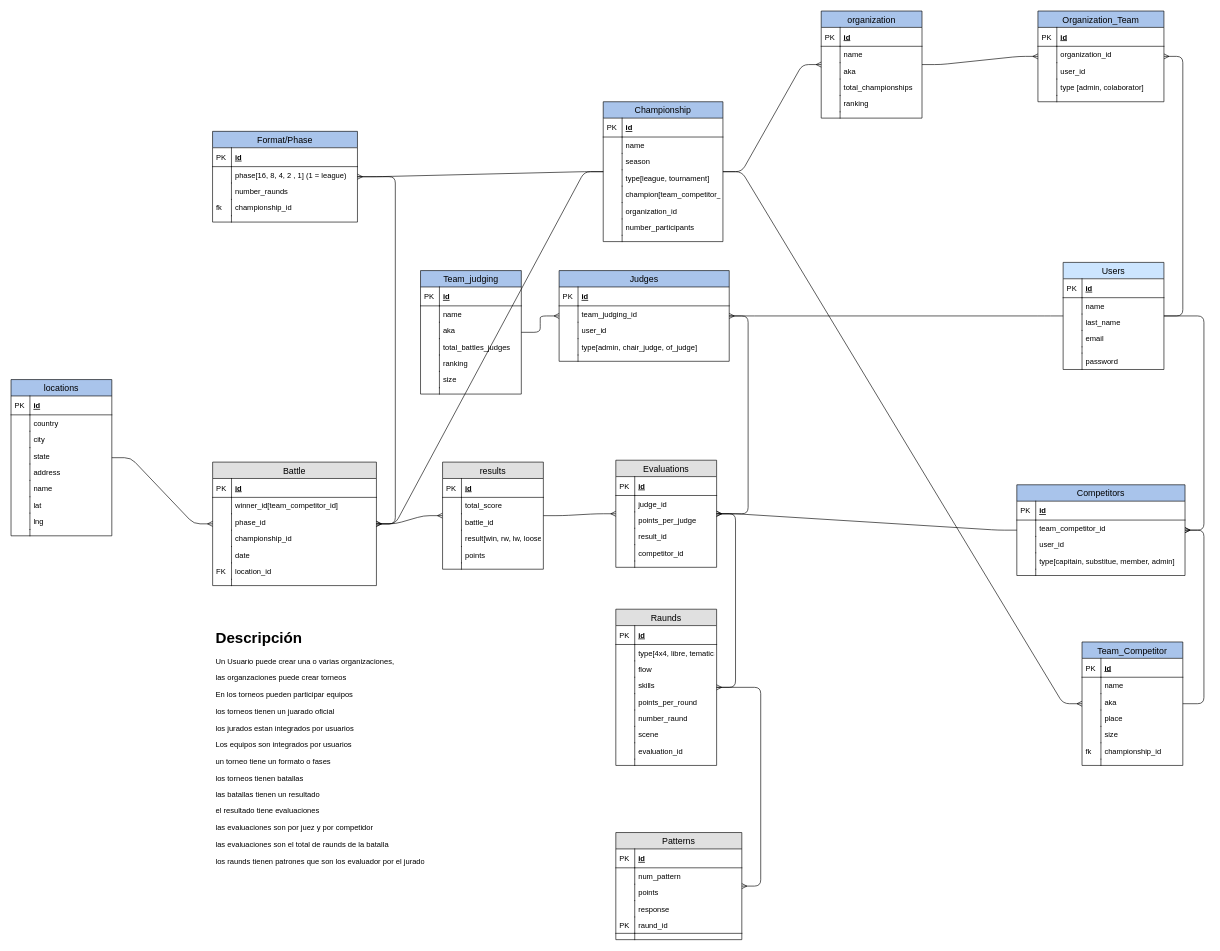
This is Untitled Diagram.drawio from Isidro-hernndez/Texto1, a draw.io file, before an edit. Source tidied: cells renumbered, new cells numbered last; positions are measured from the earlier drawing's top-left corner, leaving out a move shared by most shapes. Both pictures are drawn from the tidied source at 63%, with x=0, y=0 at pixel (11, 11).
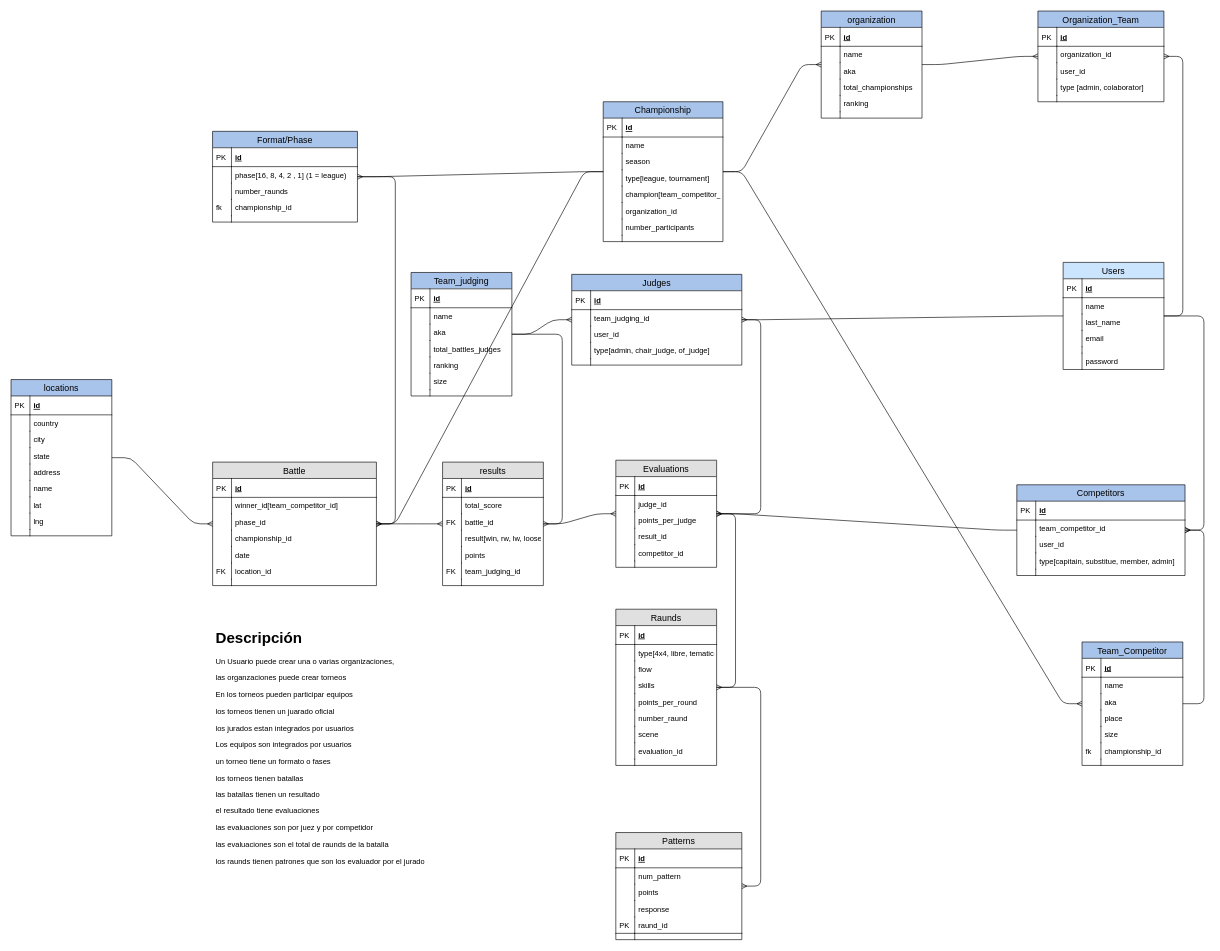
The same diagram, later.

The change refers to these unchanged cells:
```xml
<mxCell id="98" value="battle_id" style="shape=partialRectangle;top=0;left=0;right=0;bottom=0;align=left;verticalAlign=top;fillColor=none;spacingLeft=34;spacingRight=4;overflow=hidden;fontSize=12;" parent="93" vertex="1">
  <mxGeometry y="82" width="160" height="26" as="geometry" />
</mxCell>
```

The edit, as a diff of the source:
```diff
@@
     <mxCell id="76" value="Team_judging" style="swimlane;fontStyle=0;horizontal=1;startSize=26;fillColor=#A9C4EB;swimlaneFillColor=#ffffff;align=center;fontSize=14;" parent="1" vertex="1">
-      <mxGeometry x="650" y="412" width="160" height="196" as="geometry" />
+      <mxGeometry x="635" y="415" width="160" height="196" as="geometry" />
     </mxCell>
@@
     <mxCell id="93" value="results" style="swimlane;fontStyle=0;horizontal=1;startSize=26;fillColor=#e0e0e0;swimlaneFillColor=#ffffff;align=center;fontSize=14;" parent="1" vertex="1">
-      <mxGeometry x="685" y="716" width="160" height="170" as="geometry" />
+      <mxGeometry x="685" y="716" width="160" height="196" as="geometry" />
     </mxCell>
@@
-    <mxCell id="99" style="shape=partialRectangle;top=0;left=0;bottom=0;fillColor=none;align=left;verticalAlign=top;spacingLeft=4;spacingRight=4;overflow=hidden;fontSize=12;" parent="98" vertex="1">
+    <mxCell id="99" value="FK" style="shape=partialRectangle;top=0;left=0;bottom=0;fillColor=none;align=left;verticalAlign=top;spacingLeft=4;spacingRight=4;overflow=hidden;fontSize=12;" parent="98" vertex="1">
       <mxGeometry width="30" height="26" as="geometry" />
     </mxCell>
@@
+    <mxCell id="230" value="team_judging_id" style="shape=partialRectangle;top=0;left=0;right=0;bottom=0;align=left;verticalAlign=top;fillColor=none;spacingLeft=34;spacingRight=4;overflow=hidden;fontSize=12;" parent="93" vertex="1">
+      <mxGeometry y="160" width="160" height="26" as="geometry" />
+    </mxCell>
+    <mxCell id="231" value="FK" style="shape=partialRectangle;top=0;left=0;bottom=0;fillColor=none;align=left;verticalAlign=top;spacingLeft=4;spacingRight=4;overflow=hidden;fontSize=12;" parent="230" vertex="1">
+      <mxGeometry width="30" height="26" as="geometry" />
+    </mxCell>
     <mxCell id="104" style="shape=partialRectangle;top=0;left=0;right=0;bottom=0;align=left;verticalAlign=top;fillColor=none;spacingLeft=34;spacingRight=4;overflow=hidden;fontSize=12;" parent="93" vertex="1">
-      <mxGeometry y="160" width="160" height="10" as="geometry" />
+      <mxGeometry y="186" width="160" height="10" as="geometry" />
     </mxCell>
@@
     <mxCell id="107" value="Judges" style="swimlane;fontStyle=0;horizontal=1;startSize=26;fillColor=#A9C4EB;swimlaneFillColor=#ffffff;align=center;fontSize=14;" parent="1" vertex="1">
-      <mxGeometry x="870" y="412" width="270" height="144" as="geometry" />
+      <mxGeometry x="890" y="418" width="270" height="144" as="geometry" />
     </mxCell>
@@
+    <mxCell id="232" style="edgeStyle=entityRelationEdgeStyle;fontSize=12;html=1;endArrow=ERmany;" parent="1" edge="1" source="76" target="93">
+      <mxGeometry relative="1" as="geometry" />
+    </mxCell>
```
